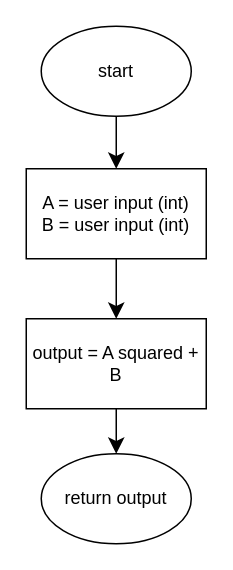
Above: Quizzes/Flowchart files/quiz014.drawio in annatequilaa/Unit-1 (draw.io), before the change. Source tidied: cells renumbered, new cells numbered last; positions are measured from the earlier drawing's top-left corner, leaving out a move shared by most shapes. Both pictures are drawn from the tidied source at 150%, with x=0, y=0 at pixel (-54, 26).
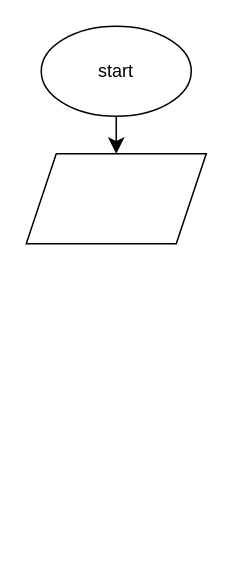
The same diagram, later.

Change to the diagram source:
```diff
@@
 <mxGraphModel>
   <root>
     <mxCell id="0" />
     <mxCell id="1" parent="0" />
     <mxCell id="2" style="edgeStyle=orthogonalEdgeStyle;rounded=0;orthogonalLoop=1;jettySize=auto;html=1;exitX=0.5;exitY=1;exitDx=0;exitDy=0;entryX=0;entryY=0.5;entryDx=0;entryDy=0;" parent="1" edge="1">
       <mxGeometry relative="1" as="geometry">
         <mxPoint x="50" y="555" as="targetPoint" />
         <Array as="points">
           <mxPoint x="110" y="715" />
           <mxPoint y="715" />
           <mxPoint y="555" />
         </Array>
       </mxGeometry>
     </mxCell>
-    <mxCell id="3" style="edgeStyle=none;curved=1;rounded=0;jettySize=auto;html=1;fontSize=12;startSize=8;endSize=8;" parent="1" edge="1" source="4" target="6">
-      <mxGeometry relative="1" as="geometry" />
-    </mxCell>
+    <mxCell id="10" style="edgeStyle=none;curved=1;rounded=0;jettySize=auto;html=1;fontSize=12;startSize=8;endSize=8;" parent="1" edge="1" source="4" target="11">
+      <mxGeometry relative="1" as="geometry" />
+    </mxCell>
     <mxCell id="4" value="start" style="ellipse;whiteSpace=wrap;html=1;" parent="1" vertex="1">
       <mxGeometry x="63" width="100" height="60" as="geometry" />
     </mxCell>
-    <mxCell id="5" style="edgeStyle=none;curved=1;rounded=0;jettySize=auto;html=1;fontSize=12;startSize=8;endSize=8;" parent="1" edge="1" source="6" target="8">
-      <mxGeometry relative="1" as="geometry" />
-    </mxCell>
-    <mxCell id="6" value="A = user input (int)&lt;div&gt;B = user input (int)&lt;br&gt;&lt;/div&gt;" style="whiteSpace=wrap;html=1;" parent="1" vertex="1">
-      <mxGeometry x="53" y="95" width="120" height="60" as="geometry" />
-    </mxCell>
-    <mxCell id="7" style="edgeStyle=none;curved=1;rounded=0;jettySize=auto;html=1;fontSize=12;startSize=8;endSize=8;" parent="1" edge="1" source="8" target="9">
-      <mxGeometry relative="1" as="geometry" />
-    </mxCell>
-    <mxCell id="8" value="output = A squared + B" style="whiteSpace=wrap;html=1;" parent="1" vertex="1">
-      <mxGeometry x="53" y="195" width="120" height="60" as="geometry" />
-    </mxCell>
-    <mxCell id="9" value="return output" style="ellipse;whiteSpace=wrap;html=1;" parent="1" vertex="1">
-      <mxGeometry x="63" y="285" width="100" height="60" as="geometry" />
-    </mxCell>
+    <mxCell id="11" style="shape=parallelogram;perimeter=parallelogramPerimeter;whiteSpace=wrap;html=1;fixedSize=1;" parent="1" vertex="1">
+      <mxGeometry x="53" y="85" width="120" height="60" as="geometry" />
+    </mxCell>
   </root>
 </mxGraphModel>
```
